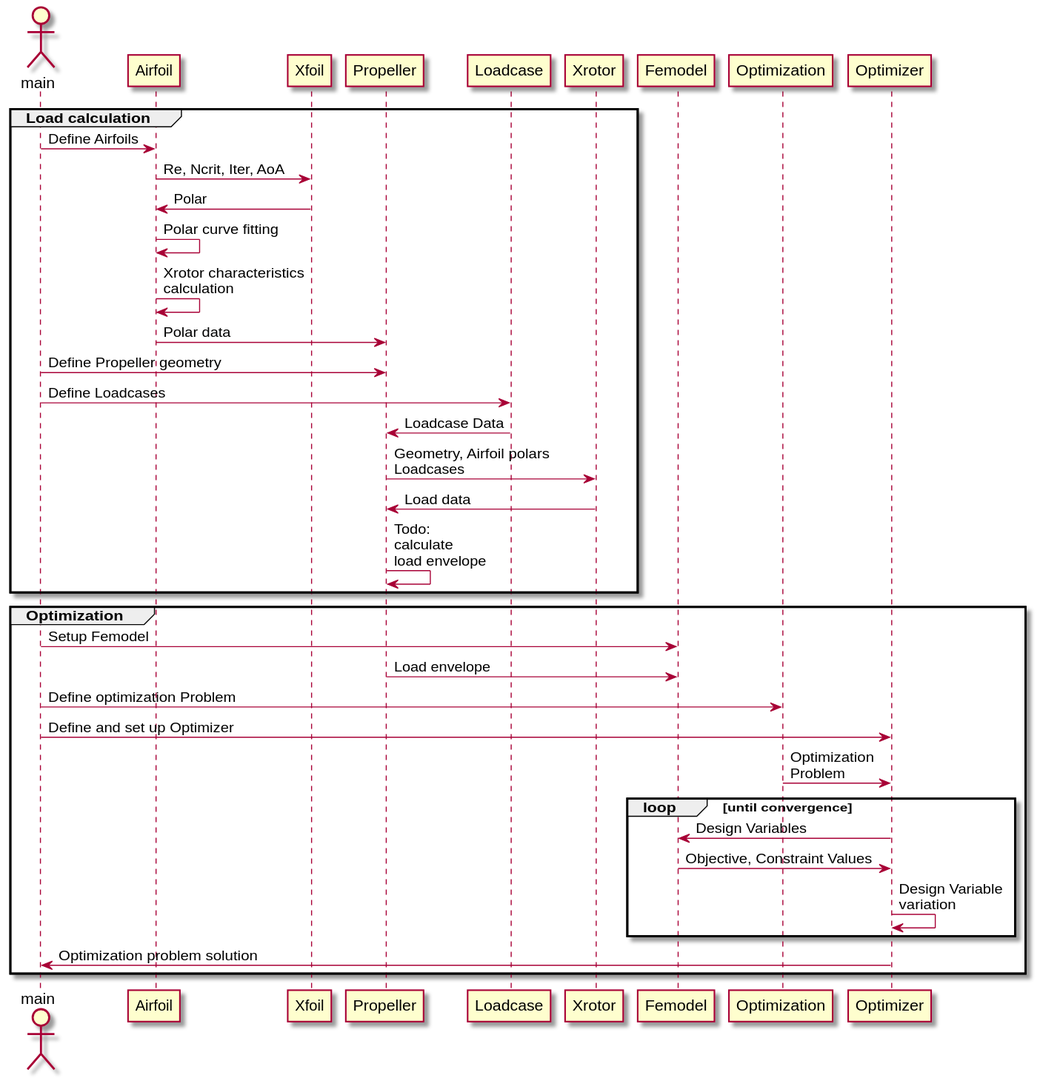
The PlantUML diagram docs/_build/html/_images/workflow.svg in lukitox/master-thesis, before a commit.
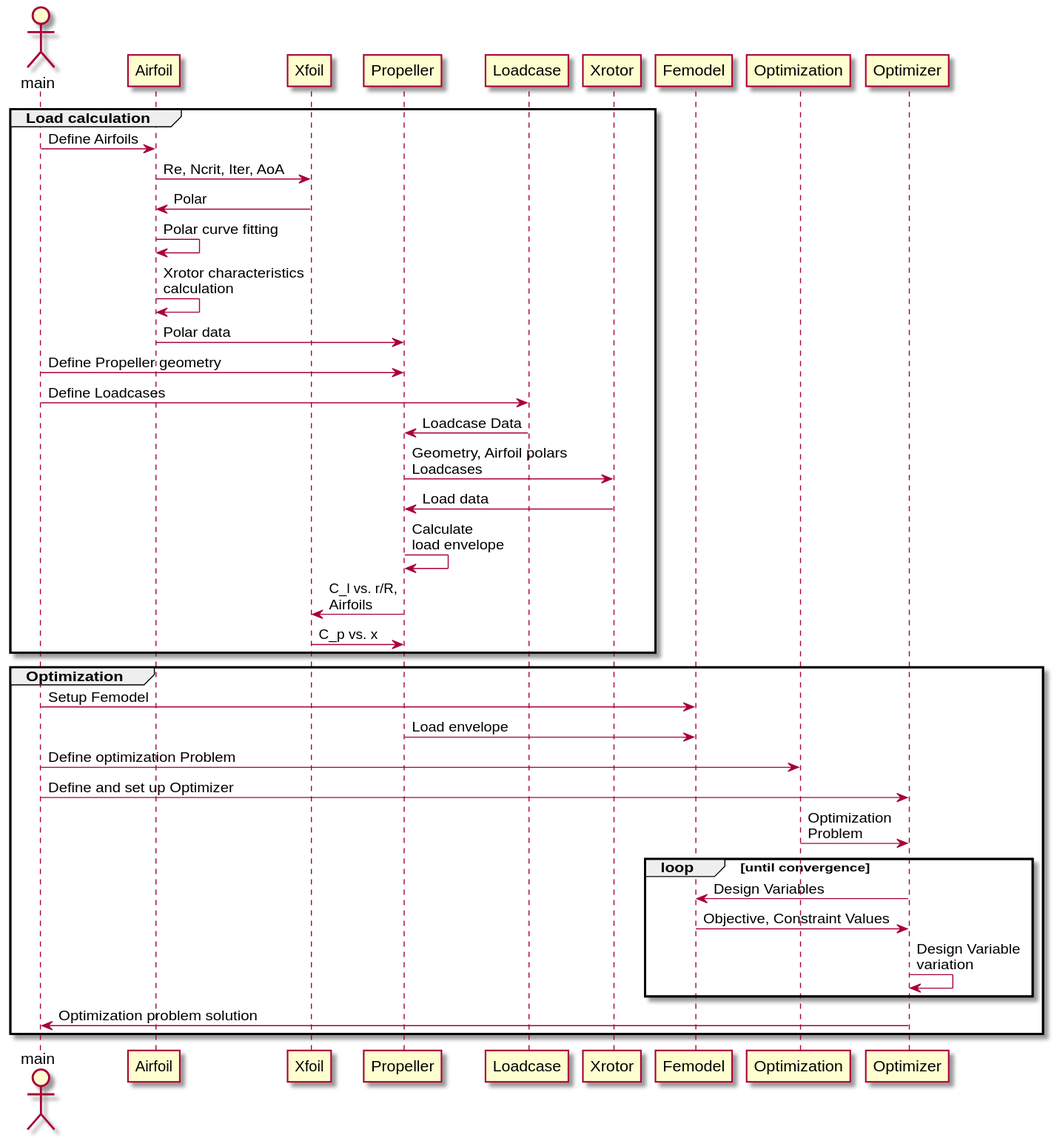
Later version of the same file.

Diff of the diagram source:
```diff
@@ -12,7 +12,9 @@
 Loadcase -> Propeller: Loadcase Data
 Propeller -> Xrotor: Geometry, Airfoil polars\nLoadcases
 Xrotor -> Propeller: Load data
-Propeller -> Propeller: Todo:\ncalculate\nload envelope
+Propeller -> Propeller: Calculate\nload envelope
+Propeller -> Xfoil: C_l vs. r/R,\nAirfoils
+Xfoil -> Propeller: C_p vs. x
 end
 group Optimization
 main -> Femodel: Setup Femodel
```
